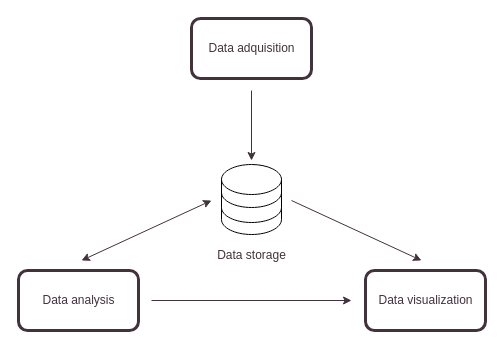
Above: diagrams/structure.drawio in Matzull/Memoria_TFG (draw.io), before the change. Source tidied: cells renumbered, new cells numbered last; positions are measured from the earlier drawing's top-left corner, leaving out a move shared by most shapes. Both pictures are drawn from the tidied source at 100%, with x=0, y=0 at pixel (18, 18).
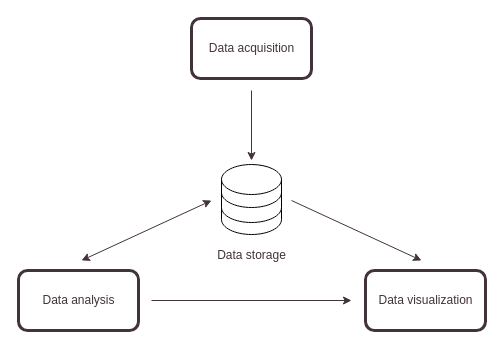
The same page after the edit.

Change to the diagram source:
```diff
@@
 <mxGraphModel background="#ffffff">
   <root>
     <mxCell id="0" />
     <mxCell id="1" parent="0" />
     <mxCell id="2" style="rounded=1;whiteSpace=wrap;html=1;glass=0;shadow=0;gradientColor=none;fillColor=none;strokeColor=#42323C;strokeWidth=3;" parent="1" vertex="1">
       <mxGeometry x="173" width="120" height="60" as="geometry" />
     </mxCell>
     <mxCell id="3" style="rounded=1;whiteSpace=wrap;html=1;strokeColor=#42323C;fillColor=none;strokeWidth=3;" parent="1" vertex="1">
       <mxGeometry y="252" width="120" height="60" as="geometry" />
     </mxCell>
     <mxCell id="4" style="rounded=1;whiteSpace=wrap;html=1;strokeColor=#42323C;fillColor=none;strokeWidth=3;" parent="1" vertex="1">
       <mxGeometry x="347" y="252" width="120" height="60" as="geometry" />
     </mxCell>
     <mxCell id="5" style="group;rounded=0;glass=0;shadow=0;" parent="1" vertex="1">
       <mxGeometry x="203" y="146" width="60" height="70" as="geometry" />
     </mxCell>
     <mxCell id="6" style="shape=cylinder3;whiteSpace=wrap;html=1;boundedLbl=1;backgroundOutline=1;size=15;" parent="5" vertex="1">
       <mxGeometry width="60" height="70" as="geometry" />
     </mxCell>
     <mxCell id="7" style="shape=cylinder3;whiteSpace=wrap;html=1;boundedLbl=1;backgroundOutline=1;size=15;lid=0;" parent="5" vertex="1">
       <mxGeometry y="28" width="60" height="30" as="geometry" />
     </mxCell>
     <mxCell id="8" style="endArrow=classic;html=1;strokeColor=#42323C;startArrow=classic;startFill=1;" parent="1" edge="1">
       <mxGeometry relative="1" as="geometry">
         <mxPoint x="193" y="182" as="sourcePoint" />
         <mxPoint x="63" y="242" as="targetPoint" />
       </mxGeometry>
     </mxCell>
     <mxCell id="9" style="endArrow=classic;html=1;strokeColor=#42323C;" parent="1" edge="1">
       <mxGeometry relative="1" as="geometry">
         <mxPoint x="133" y="282" as="sourcePoint" />
         <mxPoint x="333" y="282" as="targetPoint" />
       </mxGeometry>
     </mxCell>
-    <mxCell id="10" value="&lt;font color=&quot;#42323c&quot;&gt;Data adquisition&lt;/font&gt;" style="text;html=1;align=center;verticalAlign=middle;strokeColor=none;fillColor=none;" parent="1" vertex="1">
+    <mxCell id="10" value="&lt;font color=&quot;#42323c&quot;&gt;Data acquisition&lt;/font&gt;" style="text;html=1;align=center;verticalAlign=middle;strokeColor=none;fillColor=none;" parent="1" vertex="1">
       <mxGeometry x="178" y="15" width="110" height="30" as="geometry" />
     </mxCell>
     <mxCell id="11" value="&lt;font color=&quot;#42323c&quot;&gt;Data visualization&lt;/font&gt;" style="text;html=1;align=center;verticalAlign=middle;strokeColor=none;fillColor=none;" parent="1" vertex="1">
       <mxGeometry x="347" y="267" width="120" height="30" as="geometry" />
     </mxCell>
     <mxCell id="12" value="&lt;font color=&quot;#42323c&quot;&gt;Data analysis&lt;/font&gt;" style="text;html=1;align=center;verticalAlign=middle;strokeColor=none;fillColor=none;" parent="1" vertex="1">
       <mxGeometry x="10" y="267" width="100" height="30" as="geometry" />
     </mxCell>
     <mxCell id="13" value="&lt;font color=&quot;#42323c&quot;&gt;Data storage&lt;/font&gt;" style="text;html=1;align=center;verticalAlign=middle;strokeColor=none;fillColor=none;" parent="1" vertex="1">
       <mxGeometry x="188" y="222" width="90" height="30" as="geometry" />
     </mxCell>
     <mxCell id="14" style="endArrow=classic;html=1;strokeColor=#42323C;" parent="1" edge="1">
       <mxGeometry relative="1" as="geometry">
         <mxPoint x="233" y="72" as="sourcePoint" />
         <mxPoint x="233" y="142" as="targetPoint" />
       </mxGeometry>
     </mxCell>
     <mxCell id="15" style="endArrow=classic;html=1;strokeColor=#42323C;" parent="1" edge="1">
       <mxGeometry relative="1" as="geometry">
         <mxPoint x="273" y="182" as="sourcePoint" />
         <mxPoint x="403" y="242" as="targetPoint" />
       </mxGeometry>
     </mxCell>
   </root>
 </mxGraphModel>
```
